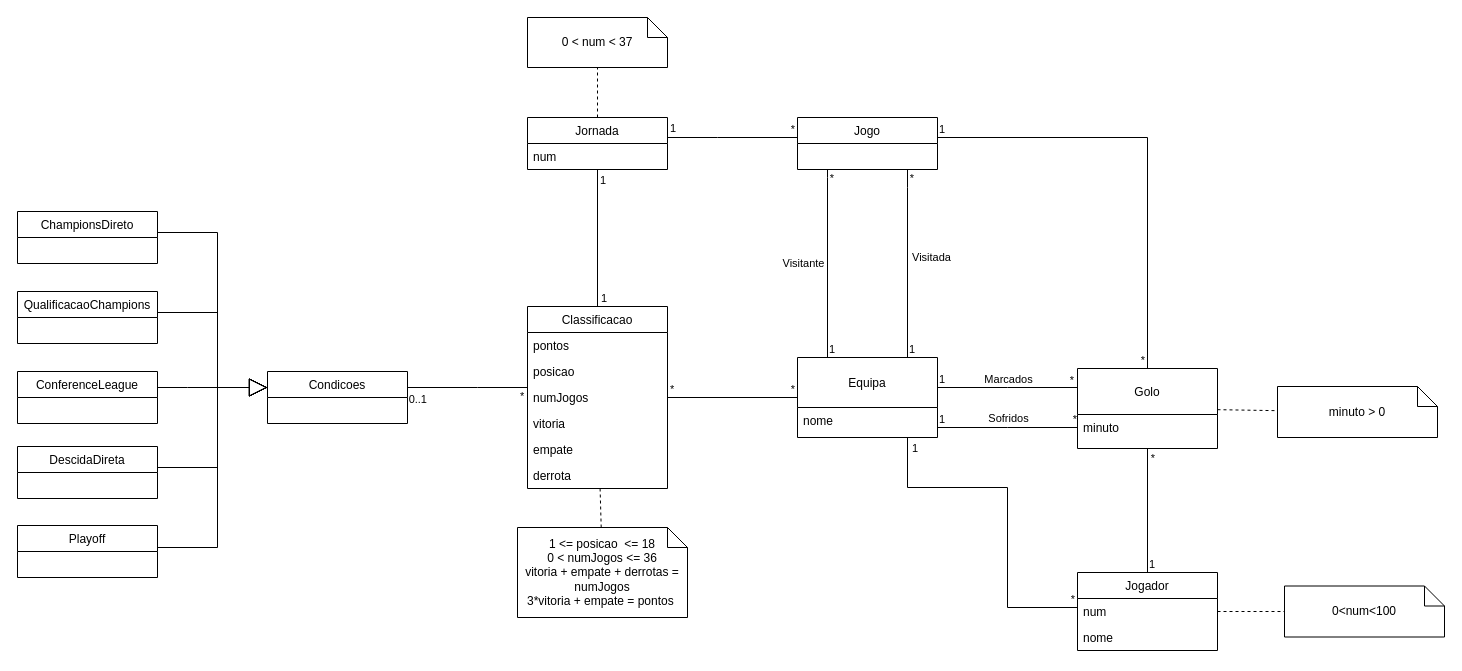
The draw.io diagram uml/primeira_liga.drawio in jamcunha/feup-bd, before the edit. Source tidied: cells renumbered, new cells numbered last; positions are measured from the earlier drawing's top-left corner, leaving out a move shared by most shapes. Both pictures are drawn from the tidied source at 100%, with x=0, y=0 at pixel (17, 17).
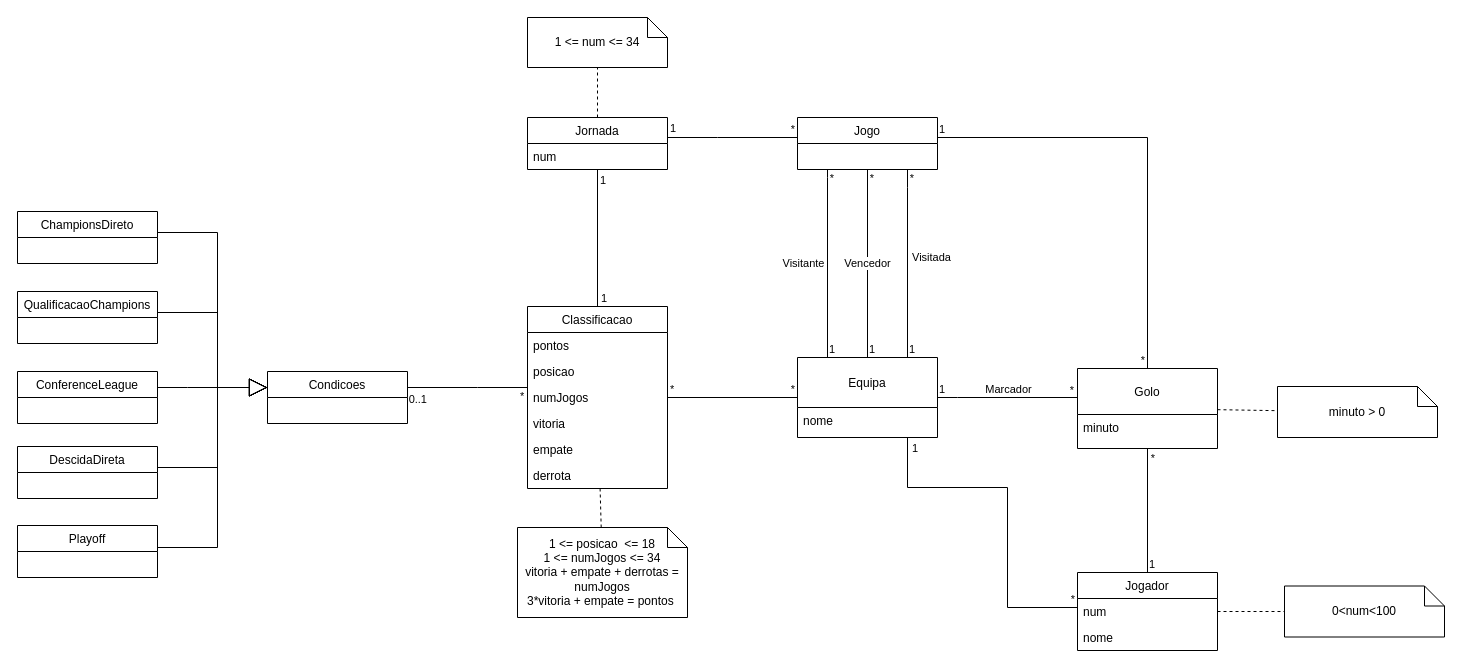
Above is the later version.

Commit message (it also covers changes not shown here):
Alteracoes no UML, relacional e criar.sql

Unchanged cells that the change refers to:
```xml
<mxCell id="2" value="Equipa" style="swimlane;fontStyle=0;horizontal=1;startSize=50;fillColor=none;" parent="1" vertex="1">
  <mxGeometry x="780" y="340" width="140" height="80" as="geometry" />
</mxCell>
<mxCell id="8" value="Jogo" style="swimlane;fontStyle=0;horizontal=1;startSize=26;fillColor=none;" parent="1" vertex="1">
  <mxGeometry x="780" y="100" width="140" height="52" as="geometry" />
</mxCell>
<mxCell id="9" value="Golo" style="swimlane;fontStyle=0;horizontal=1;startSize=46;fillColor=none;" parent="1" vertex="1">
  <mxGeometry x="1060" y="351" width="140" height="80" as="geometry" />
</mxCell>
```

What changed in the source:
```diff
@@
     <mxCell id="25" style="endArrow=none;html=1;edgeStyle=orthogonalEdgeStyle;rounded=0;" parent="1" edge="1" source="2" target="9">
       <mxGeometry relative="1" as="geometry">
         <Array as="points">
-          <mxPoint x="990" y="370" />
-          <mxPoint x="990" y="370" />
+          <mxPoint x="940" y="380" />
+          <mxPoint x="940" y="380" />
         </Array>
       </mxGeometry>
     </mxCell>
@@
-    <mxCell id="28" value="Marcados" style="edgeLabel;html=1;align=center;verticalAlign=middle;" parent="25" vertex="1">
+    <mxCell id="28" value="Marcador" style="edgeLabel;html=1;align=center;verticalAlign=middle;" parent="25" vertex="1">
       <mxGeometry x="-0.1" y="-1" relative="1" as="geometry">
         <mxPoint x="7" y="-10" as="offset" />
       </mxGeometry>
     </mxCell>
@@
-    <mxCell id="53" style="endArrow=none;html=1;edgeStyle=orthogonalEdgeStyle;rounded=0;" parent="1" edge="1" source="2" target="9">
-      <mxGeometry relative="1" as="geometry">
-        <Array as="points">
-          <mxPoint x="990" y="410" />
-          <mxPoint x="990" y="410" />
-        </Array>
-      </mxGeometry>
-    </mxCell>
-    <mxCell id="54" value="1" style="edgeLabel;html=1;align=left;verticalAlign=bottom;" parent="53" vertex="1">
-      <mxGeometry x="-1" relative="1" as="geometry" />
-    </mxCell>
-    <mxCell id="55" value="*" style="edgeLabel;html=1;align=right;verticalAlign=bottom;" parent="53" vertex="1">
-      <mxGeometry x="1" relative="1" as="geometry" />
-    </mxCell>
-    <mxCell id="56" value="Sofridos" style="edgeLabel;html=1;align=center;verticalAlign=middle;" parent="53" vertex="1">
-      <mxGeometry x="0.04" relative="1" as="geometry">
-        <mxPoint x="-3" y="-10" as="offset" />
-      </mxGeometry>
-    </mxCell>
@@
-    <mxCell id="59" value="0 &amp;lt; num &amp;lt; 37" style="shape=note;size=20;whiteSpace=wrap;html=1;" parent="1" vertex="1">
+    <mxCell id="59" value="1 &amp;lt;= num &amp;lt;= 34" style="shape=note;size=20;whiteSpace=wrap;html=1;" parent="1" vertex="1">
       <mxGeometry x="510" width="140" height="50" as="geometry" />
     </mxCell>
-    <mxCell id="60" value="1 &amp;lt;= posicao&amp;nbsp; &amp;lt;= 18&lt;br&gt;0 &amp;lt; numJogos &amp;lt;= 36&lt;br&gt;vitoria + empate + derrotas = numJogos&lt;br&gt;3*vitoria + empate = pontos&amp;nbsp;" style="shape=note;size=20;whiteSpace=wrap;html=1;" parent="1" vertex="1">
+    <mxCell id="60" value="1 &amp;lt;= posicao&amp;nbsp; &amp;lt;= 18&lt;br&gt;1 &amp;lt;= numJogos &amp;lt;= 34&lt;br&gt;vitoria + empate + derrotas = numJogos&lt;br&gt;3*vitoria + empate = pontos&amp;nbsp;" style="shape=note;size=20;whiteSpace=wrap;html=1;" parent="1" vertex="1">
       <mxGeometry x="500" y="510" width="170" height="90" as="geometry" />
     </mxCell>
@@
+    <mxCell id="75" style="endArrow=none;html=1;edgeStyle=orthogonalEdgeStyle;rounded=0;" parent="1" edge="1" source="2" target="8">
+      <mxGeometry relative="1" as="geometry" />
+    </mxCell>
+    <mxCell id="54" value="1" style="edgeLabel;html=1;align=left;verticalAlign=bottom;" parent="75" vertex="1">
+      <mxGeometry x="-1" relative="1" as="geometry" />
+    </mxCell>
+    <mxCell id="55" value="*" style="edgeLabel;html=1;align=right;verticalAlign=bottom;" parent="75" vertex="1">
+      <mxGeometry x="1" relative="1" as="geometry">
+        <mxPoint x="7" y="17" as="offset" />
+      </mxGeometry>
+    </mxCell>
+    <mxCell id="76" value="Vencedor" style="edgeLabel;html=1;align=center;verticalAlign=middle;" parent="75" vertex="1">
+      <mxGeometry x="0.26" y="3" relative="1" as="geometry">
+        <mxPoint x="2" y="23" as="offset" />
+      </mxGeometry>
+    </mxCell>
```
